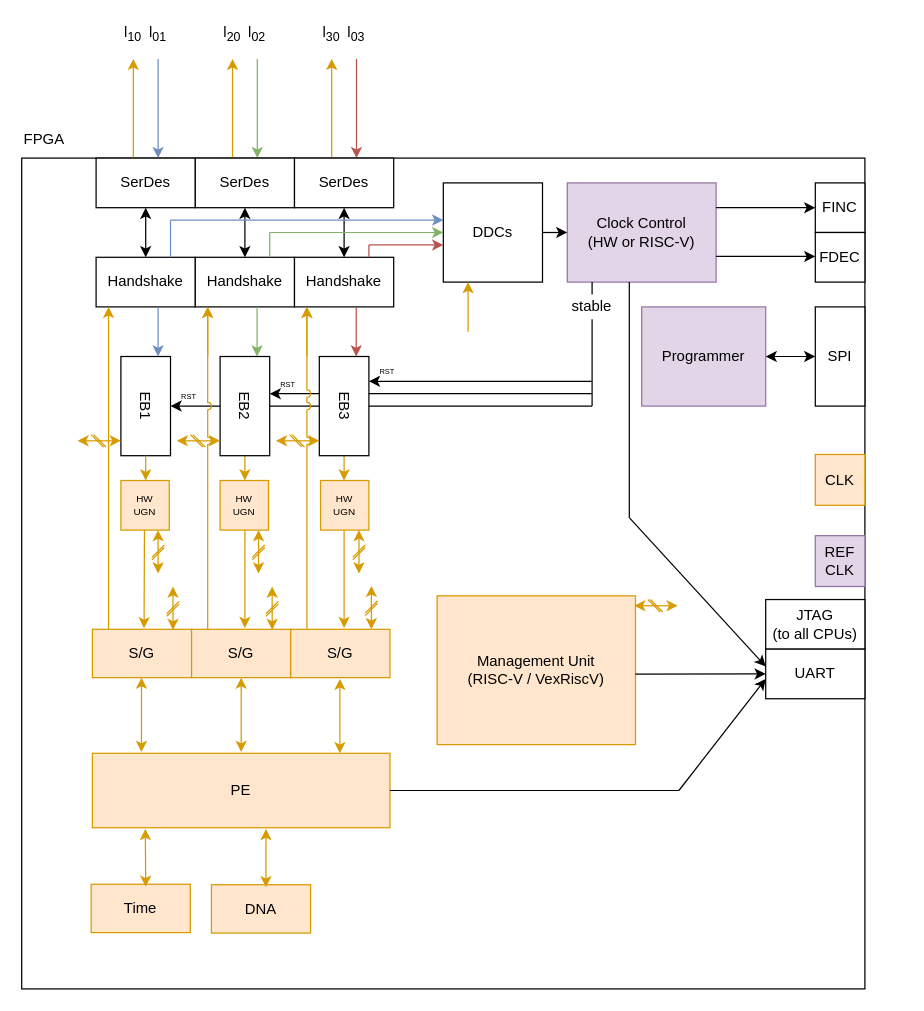
Before: docs/diagrams/softUgnDemo.drawio in bittide/bittide-hardware, a draw.io diagram. Source tidied: cells renumbered, new cells numbered last; positions are measured from the earlier drawing's top-left corner, leaving out a move shared by most shapes. Both pictures are drawn from the tidied source at 124%, with x=0, y=0 at pixel (21, 21).
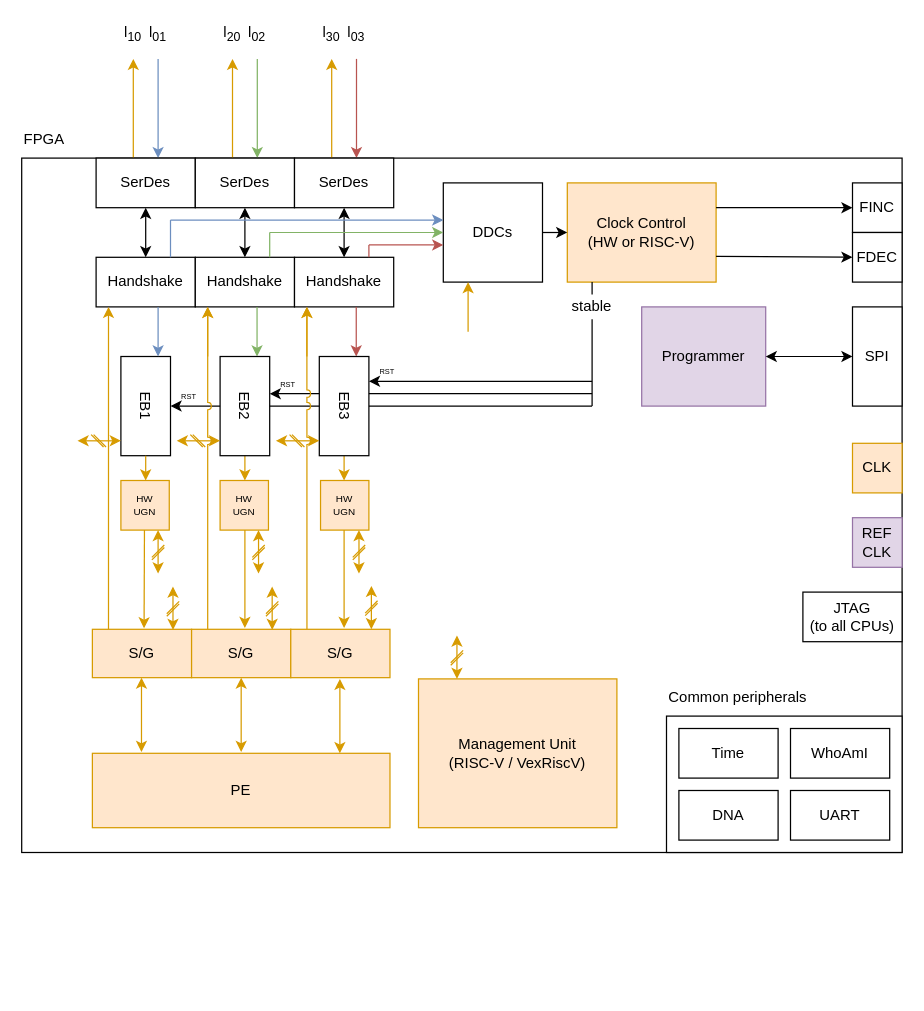
The same page after the edit.

Commit message (it also covers changes not shown here):
Update architecture diagram for software UGN demo

The change refers to these unchanged cells:
```xml
<mxCell id="88" value="PE" style="rounded=0;whiteSpace=wrap;html=1;fillColor=#ffe6cc;strokeColor=#d79b00;" parent="1" vertex="1">
  <mxGeometry x="57" y="590" width="240" height="60" as="geometry" />
</mxCell>
```

Change to the diagram source:
```diff
@@
     <mxCell id="2" style="rounded=0;whiteSpace=wrap;html=1;" parent="1" vertex="1">
-      <mxGeometry y="110" width="680" height="670" as="geometry" />
+      <mxGeometry y="110" width="710" height="560" as="geometry" />
     </mxCell>
@@
-    <mxCell id="39" value="&lt;div&gt;Clock Control&lt;/div&gt;&lt;div&gt;(HW or RISC-V)&lt;br&gt;&lt;/div&gt;" style="rounded=0;whiteSpace=wrap;html=1;fillColor=#e1d5e7;strokeColor=#9673a6;" parent="1" vertex="1">
+    <mxCell id="39" value="&lt;div&gt;Clock Control&lt;/div&gt;&lt;div&gt;(HW or RISC-V)&lt;br&gt;&lt;/div&gt;" style="rounded=0;whiteSpace=wrap;html=1;fillColor=#ffe6cc;strokeColor=#d79b00;" parent="1" vertex="1">
       <mxGeometry x="440" y="130" width="120" height="80" as="geometry" />
     </mxCell>
@@
     <mxCell id="41" value="FINC" style="rounded=0;whiteSpace=wrap;html=1;" parent="1" vertex="1">
-      <mxGeometry x="640" y="130" width="40" height="40" as="geometry" />
+      <mxGeometry x="670" y="130" width="40" height="40" as="geometry" />
     </mxCell>
     <mxCell id="42" value="FDEC" style="rounded=0;whiteSpace=wrap;html=1;" parent="1" vertex="1">
-      <mxGeometry x="640" y="170" width="40" height="40" as="geometry" />
+      <mxGeometry x="670" y="170" width="40" height="40" as="geometry" />
     </mxCell>
-    <mxCell id="43" style="endArrow=classic;html=1;rounded=0;" parent="1" edge="1">
+    <mxCell id="43" style="endArrow=classic;html=1;rounded=0;" parent="1" edge="1" target="41">
       <mxGeometry relative="1" as="geometry">
         <mxPoint x="560" y="150" as="sourcePoint" />
-        <mxPoint x="640" y="150" as="targetPoint" />
       </mxGeometry>
     </mxCell>
-    <mxCell id="44" style="endArrow=classic;html=1;rounded=0;" parent="1" edge="1">
+    <mxCell id="44" style="endArrow=classic;html=1;rounded=0;" parent="1" edge="1" target="42">
       <mxGeometry relative="1" as="geometry">
         <mxPoint x="560" y="189.3" as="sourcePoint" />
-        <mxPoint x="640" y="189.3" as="targetPoint" />
       </mxGeometry>
     </mxCell>
     <mxCell id="45" value="SPI" style="rounded=0;whiteSpace=wrap;html=1;" parent="1" vertex="1">
-      <mxGeometry x="640" y="230" width="40" height="80" as="geometry" />
+      <mxGeometry x="670" y="230" width="40" height="80" as="geometry" />
     </mxCell>
@@
     <mxCell id="48" value="CLK" style="rounded=0;whiteSpace=wrap;html=1;fillColor=#ffe6cc;strokeColor=#d79b00;" parent="1" vertex="1">
-      <mxGeometry x="640" y="349" width="40" height="41" as="geometry" />
+      <mxGeometry x="670" y="340" width="40" height="40" as="geometry" />
     </mxCell>
     <mxCell id="49" value="REF&lt;br&gt;CLK" style="rounded=0;whiteSpace=wrap;html=1;fillColor=#e1d5e7;strokeColor=#9673a6;" parent="1" vertex="1">
-      <mxGeometry x="640" y="414.5" width="40" height="41" as="geometry" />
+      <mxGeometry x="670" y="400" width="40" height="40" as="geometry" />
     </mxCell>
@@
     <mxCell id="98" value="&lt;div&gt;Management Unit&lt;/div&gt;&lt;div&gt;(RISC-V / VexRiscV)&lt;br&gt;&lt;/div&gt;" style="rounded=0;whiteSpace=wrap;html=1;fillColor=#ffe6cc;strokeColor=#d79b00;" parent="1" vertex="1">
-      <mxGeometry x="335" y="463" width="160" height="120" as="geometry" />
+      <mxGeometry x="320" y="530" width="160" height="120" as="geometry" />
     </mxCell>
-    <mxCell id="99" style="group;rotation=90;" parent="1" vertex="1">
-      <mxGeometry x="506" y="453" width="10" height="35" as="geometry" />
-    </mxCell>
-    <mxCell id="100" style="endArrow=classic;html=1;rounded=0;fillColor=#ffe6cc;strokeColor=#d79b00;startArrow=classic;startFill=1;" parent="99" edge="1">
-      <mxGeometry relative="1" as="geometry">
-        <mxPoint x="23" y="18" as="sourcePoint" />
-        <mxPoint x="-12" y="18" as="targetPoint" />
-      </mxGeometry>
-    </mxCell>
-    <mxCell id="101" style="endArrow=none;html=1;rounded=0;fillColor=#ffe6cc;strokeColor=#d79b00;" parent="99" edge="1">
-      <mxGeometry relative="1" as="geometry">
-        <mxPoint x="-1" y="13" as="sourcePoint" />
-        <mxPoint x="9" y="23" as="targetPoint" />
-      </mxGeometry>
-    </mxCell>
-    <mxCell id="102" style="endArrow=none;html=1;rounded=0;fillColor=#ffe6cc;strokeColor=#d79b00;" parent="99" edge="1">
-      <mxGeometry relative="1" as="geometry">
-        <mxPoint x="1" y="13" as="sourcePoint" />
-        <mxPoint x="11" y="23" as="targetPoint" />
-      </mxGeometry>
-    </mxCell>
     <mxCell id="103" value="&lt;font&gt;JTAG&lt;/font&gt;&lt;div&gt;&lt;font&gt;(to all CPUs)&lt;/font&gt;&lt;/div&gt;" style="rounded=0;whiteSpace=wrap;html=1;" parent="1" vertex="1">
-      <mxGeometry x="600" y="466" width="80" height="40" as="geometry" />
+      <mxGeometry x="630" y="460" width="80" height="40" as="geometry" />
     </mxCell>
-    <mxCell id="104" value="UART" style="rounded=0;whiteSpace=wrap;html=1;" parent="1" vertex="1">
-      <mxGeometry x="600" y="506" width="80" height="40" as="geometry" />
-    </mxCell>
-    <mxCell id="105" style="endArrow=classic;startArrow=none;html=1;rounded=0;entryX=0;entryY=0.5;entryDx=0;entryDy=0;exitX=0.999;exitY=0.526;exitDx=0;exitDy=0;exitPerimeter=0;startFill=0;" parent="1" edge="1" source="98" target="104">
-      <mxGeometry relative="1" as="geometry" />
-    </mxCell>
@@
-    <mxCell id="124" style="endArrow=none;html=1;endFill=0;" parent="1" edge="1">
-      <mxGeometry relative="1" as="geometry">
-        <mxPoint x="490" y="210" as="sourcePoint" />
-        <mxPoint x="490" y="400" as="targetPoint" />
-      </mxGeometry>
-    </mxCell>
-    <mxCell id="125" style="endArrow=classic;html=1;" parent="1" edge="1">
-      <mxGeometry relative="1" as="geometry">
-        <mxPoint x="490" y="400" as="sourcePoint" />
-        <mxPoint x="600" y="520" as="targetPoint" />
-      </mxGeometry>
-    </mxCell>
-    <mxCell id="126" style="endArrow=none;html=1;exitX=1;exitY=0.5;exitDx=0;exitDy=0;" parent="1" edge="1" source="88">
-      <mxGeometry relative="1" as="geometry">
-        <mxPoint x="530" y="620" as="targetPoint" />
-      </mxGeometry>
-    </mxCell>
-    <mxCell id="127" style="endArrow=classic;html=1;" parent="1" edge="1">
-      <mxGeometry relative="1" as="geometry">
-        <mxPoint x="530" y="620" as="sourcePoint" />
-        <mxPoint x="600" y="530" as="targetPoint" />
-      </mxGeometry>
-    </mxCell>
+    <mxCell id="132" style="group;" parent="1" vertex="1">
+      <mxGeometry x="520" y="530" width="190" height="140" as="geometry" />
+    </mxCell>
+    <mxCell id="133" style="rounded=0;whiteSpace=wrap;html=1;" parent="132" vertex="1">
+      <mxGeometry y="30" width="190" height="110" as="geometry" />
+    </mxCell>
+    <mxCell id="134" value="Common peripherals" style="text;html=1;align=left;verticalAlign=middle;whiteSpace=wrap;rounded=0;" parent="132" vertex="1">
+      <mxGeometry width="130" height="30" as="geometry" />
+    </mxCell>
+    <mxCell id="135" value="WhoAmI" style="rounded=0;whiteSpace=wrap;html=1;" parent="1" vertex="1">
+      <mxGeometry x="620" y="570" width="80" height="40" as="geometry" />
+    </mxCell>
-    <mxCell id="128" value="Time" style="rounded=0;whiteSpace=wrap;html=1;fillColor=#ffe6cc;strokeColor=#d79b00;" parent="1" vertex="1">
-      <mxGeometry x="56" y="695.6" width="80" height="39" as="geometry" />
+    <mxCell id="128" value="Time" style="rounded=0;whiteSpace=wrap;html=1;" parent="1" vertex="1">
+      <mxGeometry x="530" y="570" width="80" height="40" as="geometry" />
     </mxCell>
-    <mxCell id="129" style="endArrow=classic;startArrow=classic;html=1;entryX=0.178;entryY=1.056;entryDx=0;entryDy=0;entryPerimeter=0;fillColor=#ffe6cc;strokeColor=#d79b00;" parent="1" edge="1">
-      <mxGeometry relative="1" as="geometry">
-        <mxPoint x="100" y="697.6" as="sourcePoint" />
-        <mxPoint x="99.7" y="651" as="targetPoint" />
-      </mxGeometry>
-    </mxCell>
+    <mxCell id="104" value="UART" style="rounded=0;whiteSpace=wrap;html=1;" parent="1" vertex="1">
+      <mxGeometry x="620" y="620" width="80" height="40" as="geometry" />
+    </mxCell>
-    <mxCell id="130" value="DNA" style="rounded=0;whiteSpace=wrap;html=1;fillColor=#ffe6cc;strokeColor=#d79b00;" parent="1" vertex="1">
-      <mxGeometry x="153" y="696" width="80" height="39" as="geometry" />
+    <mxCell id="130" value="DNA" style="rounded=0;whiteSpace=wrap;html=1;" parent="1" vertex="1">
+      <mxGeometry x="530" y="620" width="80" height="40" as="geometry" />
     </mxCell>
-    <mxCell id="131" style="endArrow=classic;startArrow=classic;html=1;entryX=0.178;entryY=1.056;entryDx=0;entryDy=0;entryPerimeter=0;fillColor=#ffe6cc;strokeColor=#d79b00;" parent="1" edge="1">
-      <mxGeometry relative="1" as="geometry">
-        <mxPoint x="197" y="698" as="sourcePoint" />
-        <mxPoint x="197" y="651" as="targetPoint" />
-      </mxGeometry>
-    </mxCell>
+    <mxCell id="136" style="group;" parent="1" vertex="1">
+      <mxGeometry x="346" y="495" width="10" height="35" as="geometry" />
+    </mxCell>
+    <mxCell id="137" style="endArrow=classic;html=1;rounded=0;fillColor=#ffe6cc;strokeColor=#d79b00;startArrow=classic;startFill=1;" parent="136" edge="1">
+      <mxGeometry relative="1" as="geometry">
+        <mxPoint x="5" as="sourcePoint" />
+        <mxPoint x="5" y="35" as="targetPoint" />
+      </mxGeometry>
+    </mxCell>
+    <mxCell id="138" style="endArrow=none;html=1;rounded=0;fillColor=#ffe6cc;strokeColor=#d79b00;" parent="136" edge="1">
+      <mxGeometry relative="1" as="geometry">
+        <mxPoint y="24" as="sourcePoint" />
+        <mxPoint x="10" y="14" as="targetPoint" />
+      </mxGeometry>
+    </mxCell>
+    <mxCell id="139" style="endArrow=none;html=1;rounded=0;fillColor=#ffe6cc;strokeColor=#d79b00;" parent="136" edge="1">
+      <mxGeometry relative="1" as="geometry">
+        <mxPoint y="22" as="sourcePoint" />
+        <mxPoint x="10" y="12" as="targetPoint" />
+      </mxGeometry>
+    </mxCell>
```
